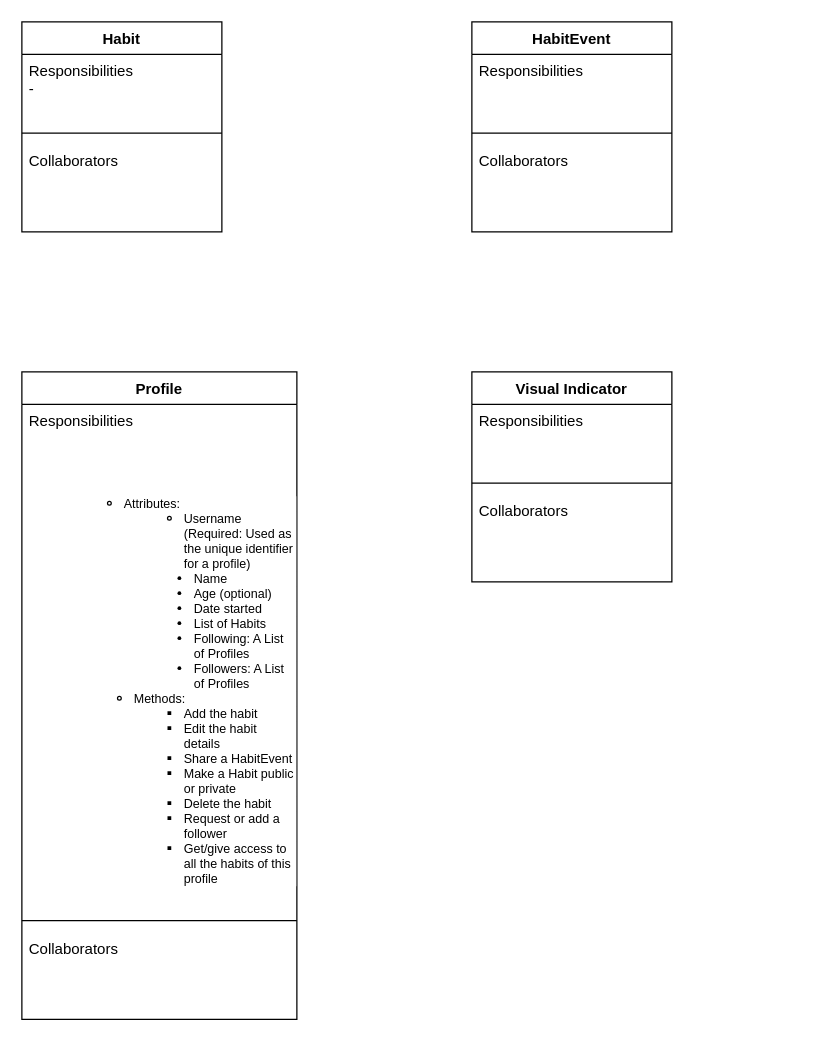
This is doc/ProjectPart2_CRC.drawio from CMPUT301F21T38/HabitAssist, a draw.io file, before an edit. Source tidied: cells renumbered, new cells numbered last; positions are measured from the earlier drawing's top-left corner, leaving out a move shared by most shapes. Both pictures are drawn from the tidied source at 125%, with x=0, y=0 at pixel (21, 21).
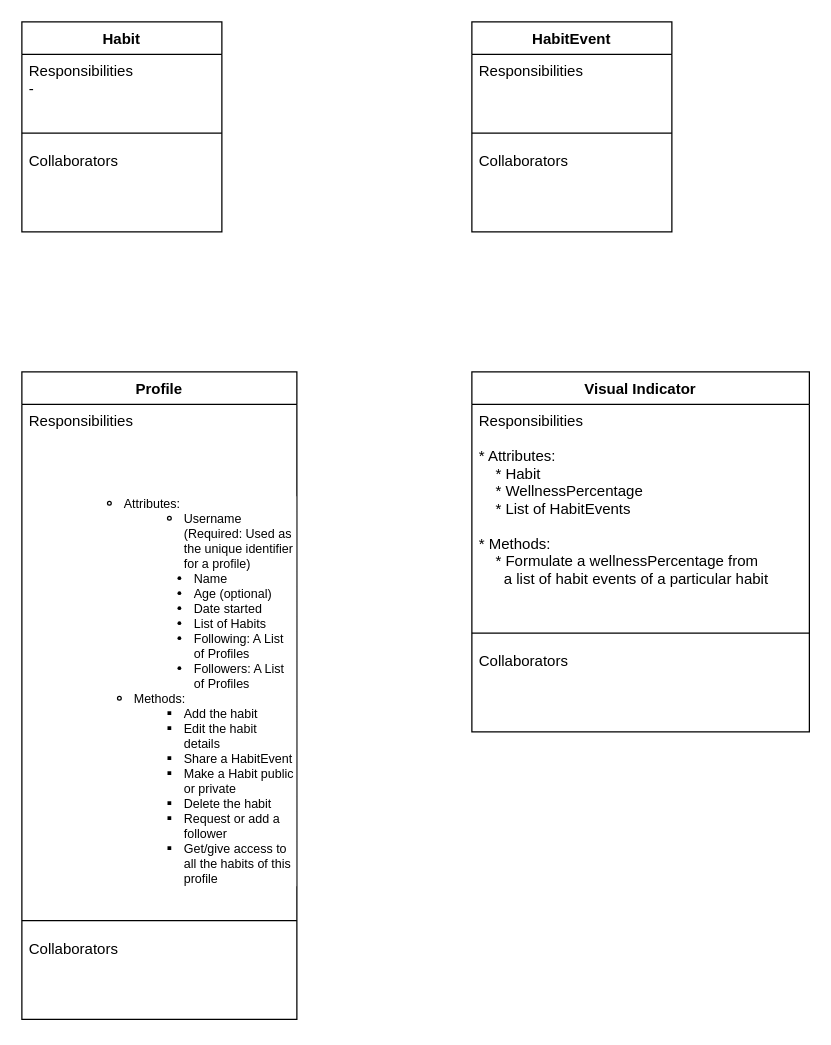
After the change.

Commit message:
Added responsibilities of VisualIndicator class

Diff of the diagram source:
```diff
@@
 <mxGraphModel>
   <root>
     <mxCell id="0" />
     <mxCell id="1" parent="0" />
     <mxCell id="2" value="Habit" style="swimlane;fontStyle=1;align=center;verticalAlign=top;horizontal=1;startSize=26;" parent="1" vertex="1">
       <mxGeometry width="160" height="168" as="geometry" />
     </mxCell>
     <mxCell id="3" value="Responsibilities&#10;- " style="text;strokeColor=none;fillColor=none;align=left;verticalAlign=top;spacingLeft=4;spacingRight=4;overflow=hidden;" parent="2" vertex="1">
       <mxGeometry y="26" width="160" height="54" as="geometry" />
     </mxCell>
     <mxCell id="4" style="line;strokeWidth=1;fillColor=none;align=left;verticalAlign=middle;spacingTop=-1;spacingLeft=3;spacingRight=3;labelPosition=right;" parent="2" vertex="1">
       <mxGeometry y="80" width="160" height="18" as="geometry" />
     </mxCell>
     <mxCell id="5" value="Collaborators" style="text;strokeColor=none;fillColor=none;align=left;verticalAlign=top;spacingLeft=4;spacingRight=4;overflow=hidden;" parent="2" vertex="1">
       <mxGeometry y="98" width="160" height="70" as="geometry" />
     </mxCell>
     <mxCell id="6" value="HabitEvent" style="swimlane;fontStyle=1;align=center;verticalAlign=top;horizontal=1;startSize=26;" parent="1" vertex="1">
       <mxGeometry x="360" width="160" height="168" as="geometry" />
     </mxCell>
     <mxCell id="7" value="Responsibilities" style="text;strokeColor=none;fillColor=none;align=left;verticalAlign=top;spacingLeft=4;spacingRight=4;overflow=hidden;" parent="6" vertex="1">
       <mxGeometry y="26" width="160" height="54" as="geometry" />
     </mxCell>
     <mxCell id="8" style="line;strokeWidth=1;fillColor=none;align=left;verticalAlign=middle;spacingTop=-1;spacingLeft=3;spacingRight=3;labelPosition=right;" parent="6" vertex="1">
       <mxGeometry y="80" width="160" height="18" as="geometry" />
     </mxCell>
     <mxCell id="9" value="Collaborators" style="text;strokeColor=none;fillColor=none;align=left;verticalAlign=top;spacingLeft=4;spacingRight=4;overflow=hidden;" parent="6" vertex="1">
       <mxGeometry y="98" width="160" height="70" as="geometry" />
     </mxCell>
     <mxCell id="10" value="Profile" style="swimlane;fontStyle=1;align=center;verticalAlign=top;horizontal=1;startSize=26;" parent="1" vertex="1">
       <mxGeometry y="280" width="220" height="518" as="geometry" />
     </mxCell>
     <mxCell id="11" value="Responsibilities" style="text;strokeColor=none;fillColor=none;align=left;verticalAlign=top;spacingLeft=4;spacingRight=4;overflow=hidden;" parent="10" vertex="1">
       <mxGeometry y="26" width="220" height="54" as="geometry" />
     </mxCell>
     <mxCell id="12" value="&lt;span id=&quot;docs-internal-guid-4743c47a-7fff-aca5-1015-05a1c3894e4b&quot; style=&quot;font-size: 10px&quot;&gt;&lt;ul style=&quot;margin-top: 0 ; margin-bottom: 0&quot;&gt;&lt;ul style=&quot;margin-top: 0 ; margin-bottom: 0&quot;&gt;&lt;li dir=&quot;ltr&quot; style=&quot;list-style-type: circle ; font-family: &amp;#34;arial&amp;#34; ; background-color: transparent ; vertical-align: baseline&quot;&gt;&lt;p dir=&quot;ltr&quot; style=&quot;line-height: 1.2 ; background-color: rgb(255 , 255 , 255) ; margin-top: 0pt ; margin-bottom: 0pt&quot;&gt;&lt;span style=&quot;background-color: transparent ; vertical-align: baseline&quot;&gt;Attributes:&lt;/span&gt;&lt;/p&gt;&lt;/li&gt;&lt;li dir=&quot;ltr&quot; style=&quot;list-style-type: circle ; font-family: &amp;#34;arial&amp;#34; ; background-color: transparent ; vertical-align: baseline ; margin-left: 36pt&quot;&gt;&lt;p dir=&quot;ltr&quot; style=&quot;line-height: 1.2 ; background-color: rgb(255 , 255 , 255) ; margin-top: 0pt ; margin-bottom: 0pt&quot;&gt;&lt;span style=&quot;background-color: transparent ; vertical-align: baseline&quot;&gt;Username (Required: Used as the unique identifier for a profile)&lt;/span&gt;&lt;/p&gt;&lt;/li&gt;&lt;/ul&gt;&lt;li dir=&quot;ltr&quot; style=&quot;list-style-type: disc ; font-family: &amp;#34;arial&amp;#34; ; background-color: transparent ; vertical-align: baseline ; margin-left: 72pt&quot;&gt;&lt;p dir=&quot;ltr&quot; style=&quot;line-height: 1.2 ; background-color: rgb(255 , 255 , 255) ; margin-top: 0pt ; margin-bottom: 0pt&quot;&gt;&lt;span style=&quot;background-color: transparent ; vertical-align: baseline&quot;&gt;Name&lt;/span&gt;&lt;/p&gt;&lt;/li&gt;&lt;li dir=&quot;ltr&quot; style=&quot;list-style-type: disc ; font-family: &amp;#34;arial&amp;#34; ; background-color: transparent ; vertical-align: baseline ; margin-left: 72pt&quot;&gt;&lt;p dir=&quot;ltr&quot; style=&quot;line-height: 1.2 ; background-color: rgb(255 , 255 , 255) ; margin-top: 0pt ; margin-bottom: 0pt&quot;&gt;&lt;span style=&quot;background-color: transparent ; vertical-align: baseline&quot;&gt;Age (optional)&lt;/span&gt;&lt;/p&gt;&lt;/li&gt;&lt;li dir=&quot;ltr&quot; style=&quot;list-style-type: disc ; font-family: &amp;#34;arial&amp;#34; ; background-color: transparent ; vertical-align: baseline ; margin-left: 72pt&quot;&gt;&lt;p dir=&quot;ltr&quot; style=&quot;line-height: 1.2 ; background-color: rgb(255 , 255 , 255) ; margin-top: 0pt ; margin-bottom: 0pt&quot;&gt;&lt;span style=&quot;background-color: transparent ; vertical-align: baseline&quot;&gt;Date started&lt;/span&gt;&lt;/p&gt;&lt;/li&gt;&lt;li dir=&quot;ltr&quot; style=&quot;list-style-type: disc ; font-family: &amp;#34;arial&amp;#34; ; background-color: transparent ; vertical-align: baseline ; margin-left: 72pt&quot;&gt;&lt;p dir=&quot;ltr&quot; style=&quot;line-height: 1.2 ; background-color: rgb(255 , 255 , 255) ; margin-top: 0pt ; margin-bottom: 0pt&quot;&gt;&lt;span style=&quot;background-color: transparent ; vertical-align: baseline&quot;&gt;List of Habits&lt;/span&gt;&lt;/p&gt;&lt;/li&gt;&lt;li dir=&quot;ltr&quot; style=&quot;list-style-type: disc ; font-family: &amp;#34;arial&amp;#34; ; background-color: transparent ; vertical-align: baseline ; margin-left: 72pt&quot;&gt;&lt;p dir=&quot;ltr&quot; style=&quot;line-height: 1.2 ; background-color: rgb(255 , 255 , 255) ; margin-top: 0pt ; margin-bottom: 0pt&quot;&gt;&lt;span style=&quot;background-color: transparent ; vertical-align: baseline&quot;&gt;Following: A List of Profiles&lt;/span&gt;&lt;/p&gt;&lt;/li&gt;&lt;li dir=&quot;ltr&quot; style=&quot;list-style-type: disc ; font-family: &amp;#34;arial&amp;#34; ; background-color: transparent ; vertical-align: baseline ; margin-left: 72pt&quot;&gt;&lt;p dir=&quot;ltr&quot; style=&quot;line-height: 1.2 ; background-color: rgb(255 , 255 , 255) ; margin-top: 0pt ; margin-bottom: 0pt&quot;&gt;&lt;span style=&quot;background-color: transparent ; vertical-align: baseline&quot;&gt;Followers: A List of Profiles&lt;/span&gt;&lt;/p&gt;&lt;/li&gt;&lt;/ul&gt;&lt;ul style=&quot;margin-top: 0 ; margin-bottom: 0&quot;&gt;&lt;li dir=&quot;ltr&quot; style=&quot;list-style-type: circle ; font-family: &amp;#34;arial&amp;#34; ; background-color: transparent ; vertical-align: baseline ; margin-left: 36pt&quot;&gt;&lt;p dir=&quot;ltr&quot; style=&quot;line-height: 1.2 ; background-color: rgb(255 , 255 , 255) ; margin-top: 0pt ; margin-bottom: 0pt&quot;&gt;&lt;span style=&quot;background-color: transparent ; vertical-align: baseline&quot;&gt;Methods:&lt;/span&gt;&lt;/p&gt;&lt;/li&gt;&lt;ul style=&quot;margin-top: 0 ; margin-bottom: 0&quot;&gt;&lt;li dir=&quot;ltr&quot; style=&quot;list-style-type: square ; font-family: &amp;#34;arial&amp;#34; ; background-color: transparent ; vertical-align: baseline ; margin-left: 36pt&quot;&gt;&lt;p dir=&quot;ltr&quot; style=&quot;line-height: 1.2 ; background-color: rgb(255 , 255 , 255) ; margin-top: 0pt ; margin-bottom: 0pt&quot;&gt;&lt;span style=&quot;background-color: transparent ; vertical-align: baseline&quot;&gt;Add the habit&lt;/span&gt;&lt;/p&gt;&lt;/li&gt;&lt;li dir=&quot;ltr&quot; style=&quot;list-style-type: square ; font-family: &amp;#34;arial&amp;#34; ; background-color: transparent ; vertical-align: baseline ; margin-left: 36pt&quot;&gt;&lt;p dir=&quot;ltr&quot; style=&quot;line-height: 1.2 ; background-color: rgb(255 , 255 , 255) ; margin-top: 0pt ; margin-bottom: 0pt&quot;&gt;&lt;span style=&quot;background-color: transparent ; vertical-align: baseline&quot;&gt;Edit the habit details&lt;/span&gt;&lt;/p&gt;&lt;/li&gt;&lt;li dir=&quot;ltr&quot; style=&quot;list-style-type: square ; font-family: &amp;#34;arial&amp;#34; ; background-color: transparent ; vertical-align: baseline ; margin-left: 36pt&quot;&gt;&lt;p dir=&quot;ltr&quot; style=&quot;line-height: 1.2 ; background-color: rgb(255 , 255 , 255) ; margin-top: 0pt ; margin-bottom: 0pt&quot;&gt;&lt;span style=&quot;background-color: transparent ; vertical-align: baseline&quot;&gt;Share a HabitEvent&lt;/span&gt;&lt;/p&gt;&lt;/li&gt;&lt;li dir=&quot;ltr&quot; style=&quot;list-style-type: square ; font-family: &amp;#34;arial&amp;#34; ; background-color: transparent ; vertical-align: baseline ; margin-left: 36pt&quot;&gt;&lt;p dir=&quot;ltr&quot; style=&quot;line-height: 1.2 ; background-color: rgb(255 , 255 , 255) ; margin-top: 0pt ; margin-bottom: 0pt&quot;&gt;&lt;span style=&quot;background-color: transparent ; vertical-align: baseline&quot;&gt;Make a Habit public or private&lt;/span&gt;&lt;/p&gt;&lt;/li&gt;&lt;li dir=&quot;ltr&quot; style=&quot;list-style-type: square ; font-family: &amp;#34;arial&amp;#34; ; background-color: transparent ; vertical-align: baseline ; margin-left: 36pt&quot;&gt;&lt;p dir=&quot;ltr&quot; style=&quot;line-height: 1.2 ; background-color: rgb(255 , 255 , 255) ; margin-top: 0pt ; margin-bottom: 0pt&quot;&gt;&lt;span style=&quot;background-color: transparent ; vertical-align: baseline&quot;&gt;Delete the habit&lt;/span&gt;&lt;/p&gt;&lt;/li&gt;&lt;li dir=&quot;ltr&quot; style=&quot;list-style-type: square ; font-family: &amp;#34;arial&amp;#34; ; background-color: transparent ; vertical-align: baseline ; margin-left: 36pt&quot;&gt;&lt;p dir=&quot;ltr&quot; style=&quot;line-height: 1.2 ; background-color: rgb(255 , 255 , 255) ; margin-top: 0pt ; margin-bottom: 0pt&quot;&gt;&lt;span style=&quot;background-color: transparent ; vertical-align: baseline&quot;&gt;Request or add a follower&lt;/span&gt;&lt;/p&gt;&lt;/li&gt;&lt;li dir=&quot;ltr&quot; style=&quot;list-style-type: square ; font-family: &amp;#34;arial&amp;#34; ; background-color: transparent ; vertical-align: baseline ; margin-left: 36pt&quot;&gt;&lt;p dir=&quot;ltr&quot; style=&quot;line-height: 1.2 ; background-color: rgb(255 , 255 , 255) ; margin-top: 0pt ; margin-bottom: 0pt&quot;&gt;&lt;span style=&quot;background-color: transparent ; vertical-align: baseline&quot;&gt;Get/give access to all the habits of this profile&lt;/span&gt;&lt;/p&gt;&lt;/li&gt;&lt;/ul&gt;&lt;/ul&gt;&lt;/span&gt;" style="text;html=1;strokeColor=none;fillColor=none;align=left;verticalAlign=middle;whiteSpace=wrap;rounded=0;" parent="10" vertex="1">
       <mxGeometry y="80" width="220" height="350" as="geometry" />
     </mxCell>
     <mxCell id="13" style="line;strokeWidth=1;fillColor=none;align=left;verticalAlign=middle;spacingTop=-1;spacingLeft=3;spacingRight=3;labelPosition=right;" parent="10" vertex="1">
       <mxGeometry y="430" width="220" height="18" as="geometry" />
     </mxCell>
     <mxCell id="14" value="Collaborators" style="text;strokeColor=none;fillColor=none;align=left;verticalAlign=top;spacingLeft=4;spacingRight=4;overflow=hidden;" parent="10" vertex="1">
       <mxGeometry y="448" width="220" height="70" as="geometry" />
     </mxCell>
     <mxCell id="15" value="Visual Indicator" style="swimlane;fontStyle=1;align=center;verticalAlign=top;horizontal=1;startSize=26;" parent="1" vertex="1">
-      <mxGeometry x="360" y="280" width="160" height="168" as="geometry" />
+      <mxGeometry x="360" y="280" width="270" height="288" as="geometry" />
     </mxCell>
-    <mxCell id="16" value="Responsibilities" style="text;strokeColor=none;fillColor=none;align=left;verticalAlign=top;spacingLeft=4;spacingRight=4;overflow=hidden;" parent="15" vertex="1">
-      <mxGeometry y="26" width="160" height="54" as="geometry" />
+    <mxCell id="16" value="Responsibilities&#10;&#10;* Attributes:&#10;    * Habit&#10;    * WellnessPercentage&#10;    * List of HabitEvents&#10;&#10;* Methods:&#10;    * Formulate a wellnessPercentage from &#10;      a list of habit events of a particular habit&#10;" style="text;strokeColor=none;fillColor=none;align=left;verticalAlign=top;spacingLeft=4;spacingRight=4;overflow=hidden;" parent="15" vertex="1">
+      <mxGeometry y="26" width="270" height="174" as="geometry" />
     </mxCell>
     <mxCell id="17" style="line;strokeWidth=1;fillColor=none;align=left;verticalAlign=middle;spacingTop=-1;spacingLeft=3;spacingRight=3;labelPosition=right;" parent="15" vertex="1">
-      <mxGeometry y="80" width="160" height="18" as="geometry" />
+      <mxGeometry y="200" width="270" height="18" as="geometry" />
     </mxCell>
     <mxCell id="18" value="Collaborators" style="text;strokeColor=none;fillColor=none;align=left;verticalAlign=top;spacingLeft=4;spacingRight=4;overflow=hidden;" parent="15" vertex="1">
-      <mxGeometry y="98" width="160" height="70" as="geometry" />
+      <mxGeometry y="218" width="270" height="70" as="geometry" />
     </mxCell>
   </root>
 </mxGraphModel>
```
